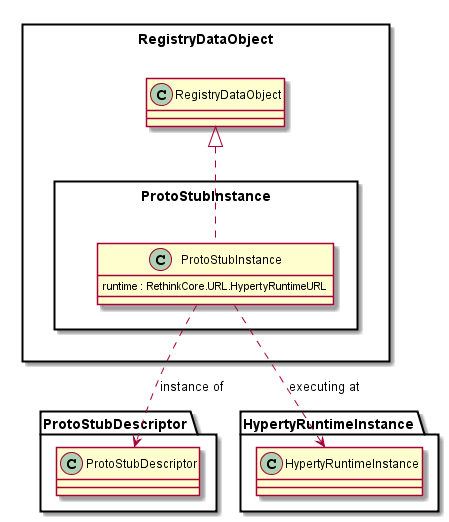
Above: docs/datamodel/Protostub-Instance-Data-Object-Model.png in reTHINK-project/dev-service-framework (PlantUML), before the change. Its diagram source:
```plantuml
@startuml "Protostub-Instance-Data-Object-Model.png"

package RegistryDataObject <<Rect>> {

package ProtoStubInstance <<Rect>> {

	class ProtoStubInstance {
		runtime : RethinkCore.URL.HypertyRuntimeURL
	}

	ProtoStubInstance .up.|> RegistryDataObject.RegistryDataObject

	ProtoStubInstance ..> ProtoStubDescriptor.ProtoStubDescriptor : instance of
	ProtoStubInstance ..> HypertyRuntimeInstance.HypertyRuntimeInstance : executing at

}

}
@enduml
```
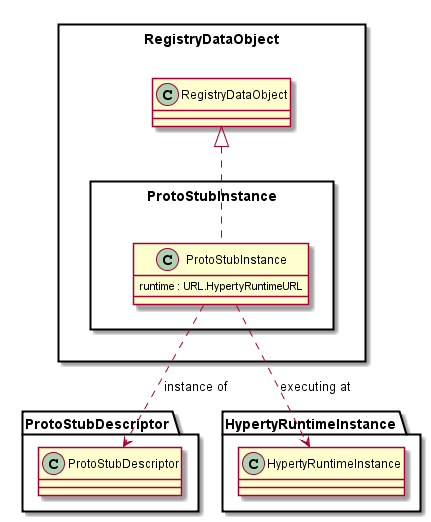
The same diagram one commit later.

Diff of the diagram source:
```diff
@@ -5,7 +5,7 @@
 package ProtoStubInstance <<Rect>> {
 
 	class ProtoStubInstance {
-		runtime : RethinkCore.URL.HypertyRuntimeURL
+		runtime : URL.HypertyRuntimeURL
 	}
 
 	ProtoStubInstance .up.|> RegistryDataObject.RegistryDataObject
```
